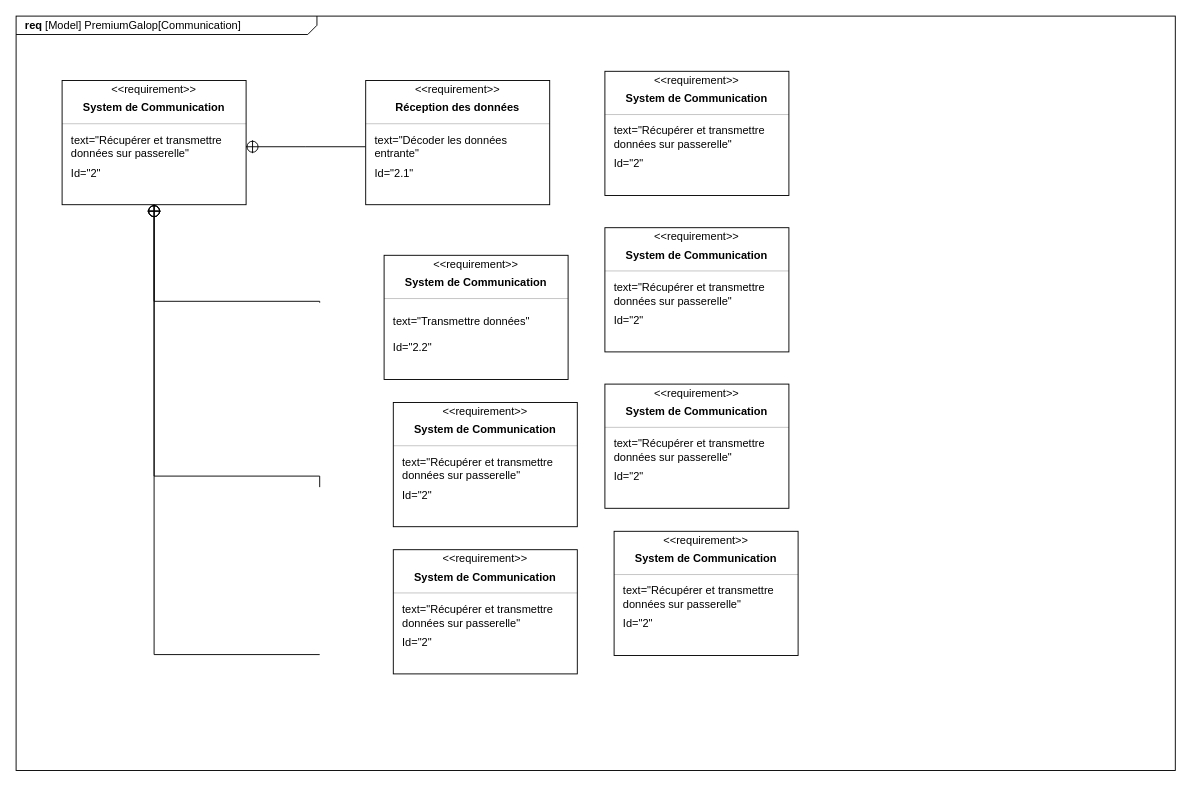
ToGen49/Hippodrome keeps this draw.io diagram as SYSML/Req_communication.drawio. Above is the earlier version. Source tidied: cells renumbered, new cells numbered last; positions are measured from the earlier drawing's top-left corner, leaving out a move shared by most shapes. Both pictures are drawn from the tidied source at 92%, with x=0, y=0 at pixel (16, 16).
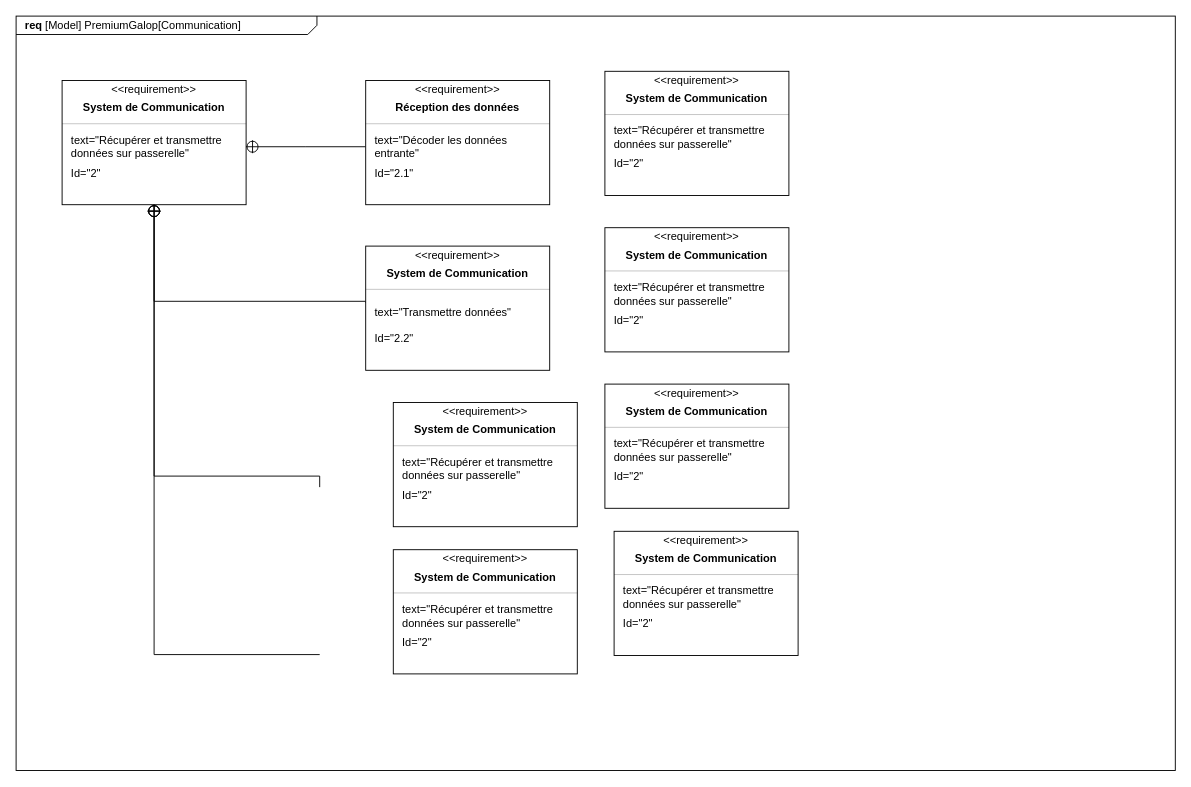
After the change.

Commit message:
Mettre à jour Req_communication.drawio

The change refers to these unchanged cells:
```xml
<mxCell id="9" style="html=1;align=center;spacing=0;verticalAlign=middle;strokeColor=none;fillColor=none;whiteSpace=wrap;" parent="3" vertex="1">
  <mxGeometry y="109" width="200" height="26" as="geometry" />
</mxCell>
<mxCell id="25" value="text=&quot;Transmettre données&quot;" style="html=1;align=left;spacing=0;verticalAlign=middle;strokeColor=none;fillColor=none;whiteSpace=wrap;spacingLeft=10;" parent="21" vertex="1">
  <mxGeometry y="51" width="200" height="42" as="geometry" />
</mxCell>
```

Change to the diagram source:
```diff
@@
-    <mxCell id="11" style="rounded=0;html=1;labelBackgroundColor=none;endArrow=none;edgeStyle=elbowEdgeStyle;elbow=vertical;startArrow=sysMLPackCont;startSize=12;entryX=0;entryY=0.25;entryDx=0;entryDy=0;exitX=0.5;exitY=1;exitDx=0;exitDy=0;" parent="1" edge="1" source="9">
+    <mxCell id="11" style="rounded=0;html=1;labelBackgroundColor=none;endArrow=none;edgeStyle=elbowEdgeStyle;elbow=vertical;startArrow=sysMLPackCont;startSize=12;entryX=0;entryY=0.25;entryDx=0;entryDy=0;exitX=0.5;exitY=1;exitDx=0;exitDy=0;" parent="1" edge="1" source="9" target="25">
       <mxGeometry relative="1" as="geometry">
-        <mxPoint x="330" y="311.5" as="targetPoint" />
         <Array as="points">
           <mxPoint x="250" y="310" />
         </Array>
       </mxGeometry>
     </mxCell>
@@
     <mxCell id="21" style="fontStyle=1;align=center;verticalAlign=middle;horizontal=1;" parent="1" vertex="1">
-      <mxGeometry x="400" y="260" width="200" height="135" as="geometry" />
+      <mxGeometry x="380" y="250" width="200" height="135" as="geometry" />
     </mxCell>
```
